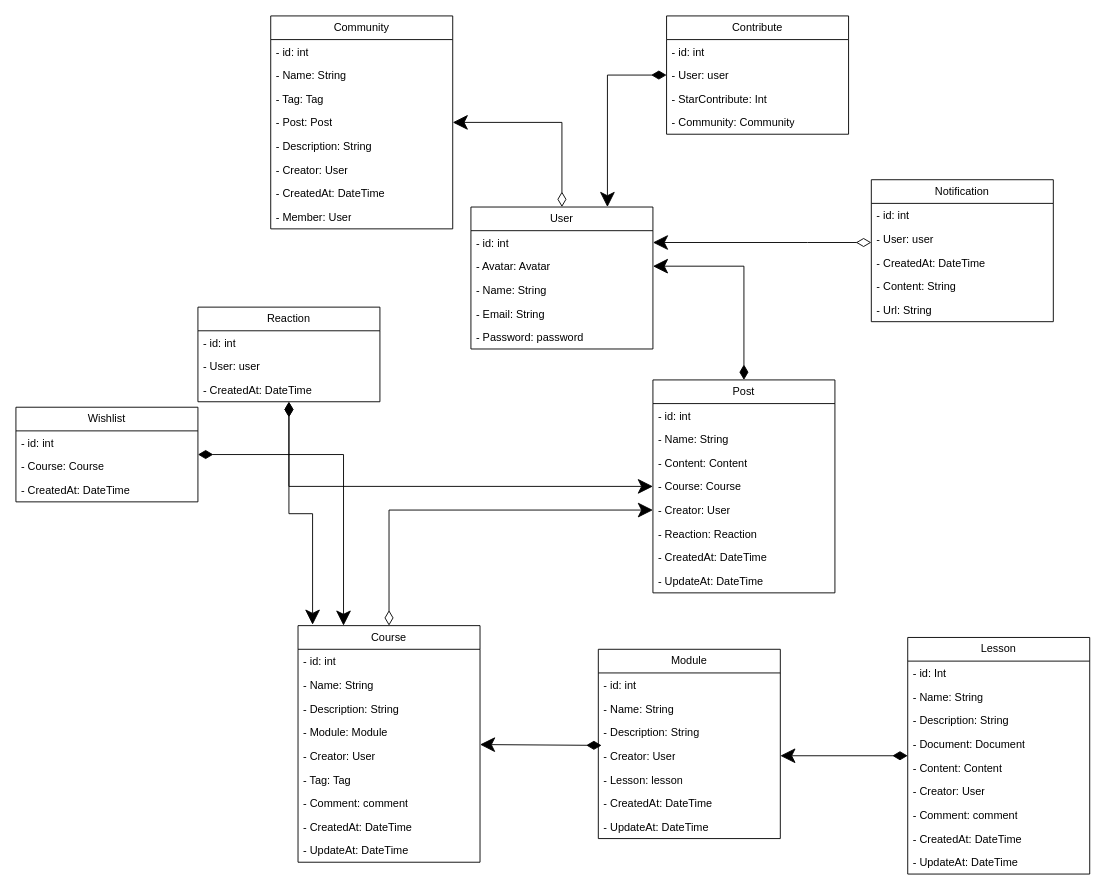
luongngochuy1903/OpenLearn keeps this draw.io diagram as online_learn.drawio. Above is the earlier version. Source tidied: cells renumbered, new cells numbered last; positions are measured from the earlier drawing's top-left corner, leaving out a move shared by most shapes. Both pictures are drawn from the tidied source at 91%, with x=0, y=0 at pixel (15, 15).
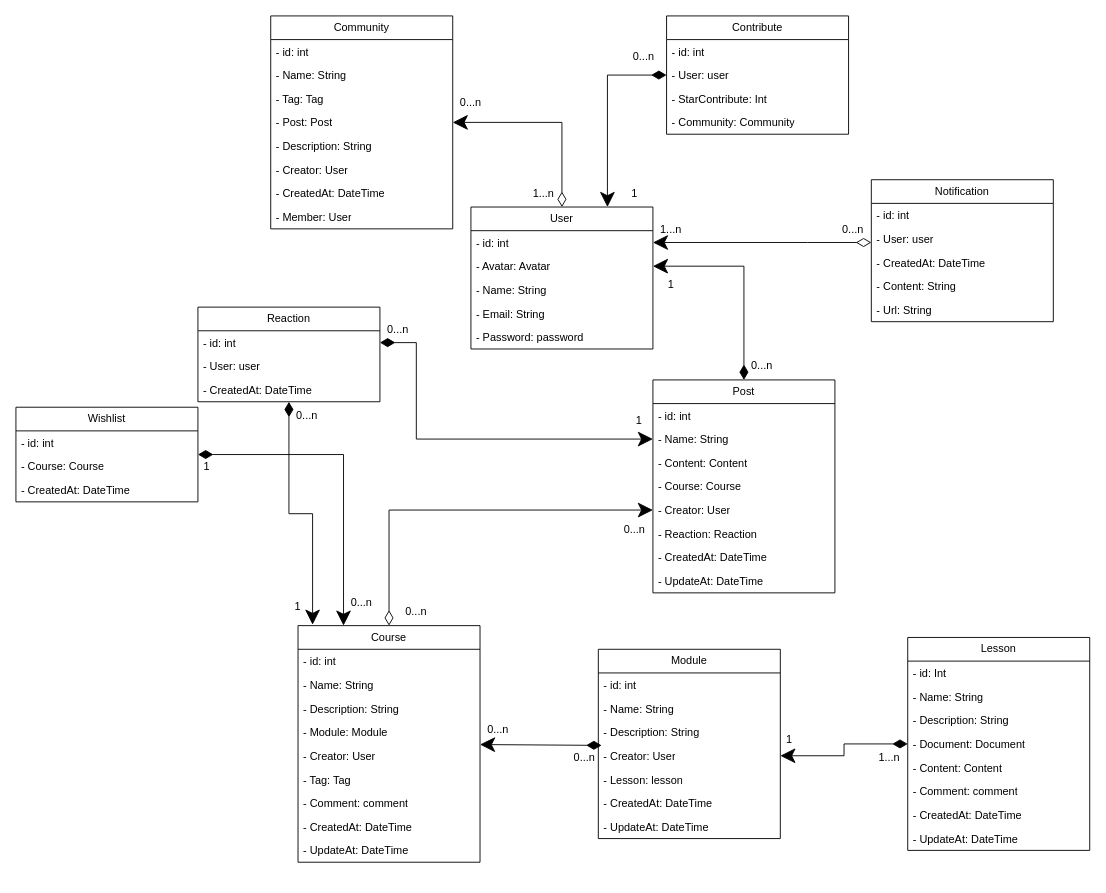
The same page after the edit.

The change refers to these unchanged cells:
```xml
<mxCell id="22" value="- Name: String" style="text;strokeColor=none;fillColor=none;align=left;verticalAlign=top;spacingLeft=4;spacingRight=4;overflow=hidden;points=[[0,0.5],[1,0.5]];portConstraint=eastwest;whiteSpace=wrap;html=1;" parent="20" vertex="1">
  <mxGeometry y="52" width="200" height="26" as="geometry" />
</mxCell>
<mxCell id="24" value="- Course: Course" style="text;strokeColor=none;fillColor=none;align=left;verticalAlign=top;spacingLeft=4;spacingRight=4;overflow=hidden;points=[[0,0.5],[1,0.5]];portConstraint=eastwest;whiteSpace=wrap;html=1;" parent="20" vertex="1">
  <mxGeometry y="104" width="200" height="26" as="geometry" />
</mxCell>
<mxCell id="47" value="Reaction" style="swimlane;fontStyle=0;horizontal=1;startSize=26;fillColor=none;whiteSpace=wrap;html=1;" parent="1" vertex="1">
  <mxGeometry x="200" y="320" width="200" height="104" as="geometry" />
</mxCell>
<mxCell id="48" value="- id: int" style="text;strokeColor=none;fillColor=none;align=left;verticalAlign=top;spacingLeft=4;spacingRight=4;overflow=hidden;points=[[0,0.5],[1,0.5]];portConstraint=eastwest;whiteSpace=wrap;html=1;" parent="47" vertex="1">
  <mxGeometry y="26" width="200" height="26" as="geometry" />
</mxCell>
```

The edit, as a diff of the source:
```diff
@@
     <mxCell id="30" value="Lesson" style="swimlane;fontStyle=0;horizontal=1;startSize=26;fillColor=none;whiteSpace=wrap;html=1;" parent="1" vertex="1">
-      <mxGeometry x="980" y="683" width="200" height="260" as="geometry" />
+      <mxGeometry x="980" y="683" width="200" height="234" as="geometry" />
     </mxCell>
@@
-    <mxCell id="36" value="- Creator: User" style="text;strokeColor=none;fillColor=none;align=left;verticalAlign=top;spacingLeft=4;spacingRight=4;overflow=hidden;whiteSpace=wrap;html=1;" parent="30" vertex="1">
-      <mxGeometry y="156" width="200" height="26" as="geometry" />
-    </mxCell>
     <mxCell id="37" value="- Comment: comment" style="text;strokeColor=none;fillColor=none;align=left;verticalAlign=top;spacingLeft=4;spacingRight=4;overflow=hidden;whiteSpace=wrap;html=1;" parent="30" vertex="1">
-      <mxGeometry y="182" width="200" height="26" as="geometry" />
+      <mxGeometry y="156" width="200" height="26" as="geometry" />
     </mxCell>
     <mxCell id="38" value="- CreatedAt: DateTime" style="text;strokeColor=none;fillColor=none;align=left;verticalAlign=top;spacingLeft=4;spacingRight=4;overflow=hidden;whiteSpace=wrap;html=1;" parent="30" vertex="1">
-      <mxGeometry y="208" width="200" height="26" as="geometry" />
+      <mxGeometry y="182" width="200" height="26" as="geometry" />
     </mxCell>
     <mxCell id="39" value="- UpdateAt: DateTime" style="text;strokeColor=none;fillColor=none;align=left;verticalAlign=top;spacingLeft=4;spacingRight=4;overflow=hidden;whiteSpace=wrap;html=1;" parent="30" vertex="1">
-      <mxGeometry y="234" width="200" height="26" as="geometry" />
+      <mxGeometry y="208" width="200" height="26" as="geometry" />
     </mxCell>
@@
-    <mxCell id="46" style="edgeStyle=orthogonalEdgeStyle;rounded=0;jettySize=auto;html=1;entryX=0;entryY=0.5;entryDx=0;entryDy=0;startArrow=diamondThin;startFill=0;startSize=14;endSize=14;" parent="1" edge="1" source="47" target="24">
-      <mxGeometry relative="1" as="geometry" />
-    </mxCell>
@@
+    <mxCell id="83" value="0...n" style="text;html=1;whiteSpace=wrap;strokeColor=none;fillColor=none;align=center;verticalAlign=middle;rounded=0;" parent="1" vertex="1">
+      <mxGeometry x="660" y="30" width="60" height="30" as="geometry" />
+    </mxCell>
+    <mxCell id="84" value="1" style="text;html=1;whiteSpace=wrap;strokeColor=none;fillColor=none;align=center;verticalAlign=middle;rounded=0;" parent="1" vertex="1">
+      <mxGeometry x="650" y="180" width="60" height="30" as="geometry" />
+    </mxCell>
+    <mxCell id="85" value="1...n" style="text;html=1;whiteSpace=wrap;strokeColor=none;fillColor=none;align=center;verticalAlign=middle;rounded=0;" parent="1" vertex="1">
+      <mxGeometry x="550" y="180" width="60" height="30" as="geometry" />
+    </mxCell>
+    <mxCell id="86" value="0...n" style="text;html=1;whiteSpace=wrap;strokeColor=none;fillColor=none;align=center;verticalAlign=middle;rounded=0;" parent="1" vertex="1">
+      <mxGeometry x="470" y="80" width="60" height="30" as="geometry" />
+    </mxCell>
+    <mxCell id="87" value="1...n" style="text;html=1;whiteSpace=wrap;strokeColor=none;fillColor=none;align=center;verticalAlign=middle;rounded=0;" parent="1" vertex="1">
+      <mxGeometry x="690" y="220" width="60" height="30" as="geometry" />
+    </mxCell>
+    <mxCell id="88" value="0...n" style="text;html=1;whiteSpace=wrap;strokeColor=none;fillColor=none;align=center;verticalAlign=middle;rounded=0;" parent="1" vertex="1">
+      <mxGeometry x="890" y="220" width="60" height="30" as="geometry" />
+    </mxCell>
+    <mxCell id="89" value="1" style="text;html=1;whiteSpace=wrap;strokeColor=none;fillColor=none;align=center;verticalAlign=middle;rounded=0;" parent="1" vertex="1">
+      <mxGeometry x="690" y="280" width="60" height="30" as="geometry" />
+    </mxCell>
+    <mxCell id="90" value="0...n" style="text;html=1;whiteSpace=wrap;strokeColor=none;fillColor=none;align=center;verticalAlign=middle;rounded=0;" parent="1" vertex="1">
+      <mxGeometry x="790" y="370" width="60" height="30" as="geometry" />
+    </mxCell>
+    <mxCell id="91" style="edgeStyle=orthogonalEdgeStyle;rounded=0;jettySize=auto;html=1;entryX=0;entryY=0.5;entryDx=0;entryDy=0;startArrow=diamondThin;startFill=1;startSize=14;endSize=14;" parent="1" edge="1" source="48" target="22">
+      <mxGeometry relative="1" as="geometry">
+        <Array as="points">
+          <mxPoint x="440" y="359" />
+          <mxPoint x="440" y="465" />
+        </Array>
+      </mxGeometry>
+    </mxCell>
+    <mxCell id="92" value="1" style="text;html=1;whiteSpace=wrap;strokeColor=none;fillColor=none;align=center;verticalAlign=middle;rounded=0;" parent="1" vertex="1">
+      <mxGeometry x="655" y="430" width="60" height="30" as="geometry" />
+    </mxCell>
+    <mxCell id="93" value="0...n" style="text;html=1;whiteSpace=wrap;strokeColor=none;fillColor=none;align=center;verticalAlign=middle;rounded=0;" parent="1" vertex="1">
+      <mxGeometry x="390" y="330" width="60" height="30" as="geometry" />
+    </mxCell>
+    <mxCell id="94" value="0...n" style="text;html=1;whiteSpace=wrap;strokeColor=none;fillColor=none;align=center;verticalAlign=middle;rounded=0;" parent="1" vertex="1">
+      <mxGeometry x="350" y="630" width="60" height="30" as="geometry" />
+    </mxCell>
+    <mxCell id="95" value="1" style="text;html=1;whiteSpace=wrap;strokeColor=none;fillColor=none;align=center;verticalAlign=middle;rounded=0;" parent="1" vertex="1">
+      <mxGeometry x="180" y="480" width="60" height="30" as="geometry" />
+    </mxCell>
+    <mxCell id="96" value="1" style="text;html=1;whiteSpace=wrap;strokeColor=none;fillColor=none;align=center;verticalAlign=middle;rounded=0;" parent="1" vertex="1">
+      <mxGeometry x="280" y="634" width="60" height="30" as="geometry" />
+    </mxCell>
+    <mxCell id="97" value="0...n" style="text;html=1;whiteSpace=wrap;strokeColor=none;fillColor=none;align=center;verticalAlign=middle;rounded=0;" parent="1" vertex="1">
+      <mxGeometry x="290" y="424" width="60" height="30" as="geometry" />
+    </mxCell>
+    <mxCell id="98" value="0...n" style="text;html=1;whiteSpace=wrap;strokeColor=none;fillColor=none;align=center;verticalAlign=middle;rounded=0;" parent="1" vertex="1">
+      <mxGeometry x="410" y="640" width="60" height="30" as="geometry" />
+    </mxCell>
+    <mxCell id="99" value="0...n" style="text;html=1;whiteSpace=wrap;strokeColor=none;fillColor=none;align=center;verticalAlign=middle;rounded=0;" parent="1" vertex="1">
+      <mxGeometry x="650" y="550" width="60" height="30" as="geometry" />
+    </mxCell>
+    <mxCell id="100" value="0...n" style="text;html=1;whiteSpace=wrap;strokeColor=none;fillColor=none;align=center;verticalAlign=middle;rounded=0;" parent="1" vertex="1">
+      <mxGeometry x="500" y="770" width="60" height="30" as="geometry" />
+    </mxCell>
+    <mxCell id="101" value="0...n" style="text;html=1;whiteSpace=wrap;strokeColor=none;fillColor=none;align=center;verticalAlign=middle;rounded=0;" parent="1" vertex="1">
+      <mxGeometry x="595" y="800" width="60" height="30" as="geometry" />
+    </mxCell>
+    <mxCell id="102" value="1" style="text;html=1;whiteSpace=wrap;strokeColor=none;fillColor=none;align=center;verticalAlign=middle;rounded=0;" parent="1" vertex="1">
+      <mxGeometry x="820" y="780" width="60" height="30" as="geometry" />
+    </mxCell>
+    <mxCell id="103" value="1...n" style="text;html=1;whiteSpace=wrap;strokeColor=none;fillColor=none;align=center;verticalAlign=middle;rounded=0;" parent="1" vertex="1">
+      <mxGeometry x="930" y="800" width="60" height="30" as="geometry" />
+    </mxCell>
```
